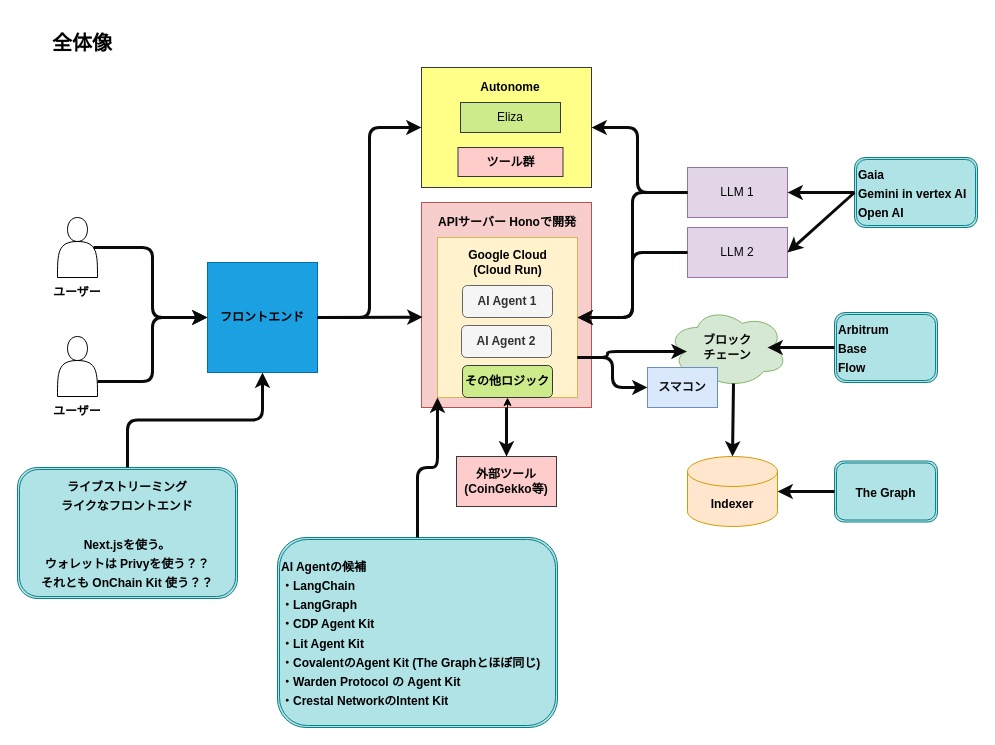
mashharuki/GoogleAIAgentHackathon2024 keeps this draw.io diagram as page "Page-1" (1 of 2) of docs/architecture.drawio. Above is the earlier version. Source tidied: cells renumbered, new cells numbered last; positions are measured from the earlier drawing's top-left corner, leaving out a move shared by most shapes. Both pictures are drawn from the tidied source at 100%, with x=0, y=0 at pixel (17, 17). Pictures stored in the file or linked from it are replaced by grey dashed boxes.
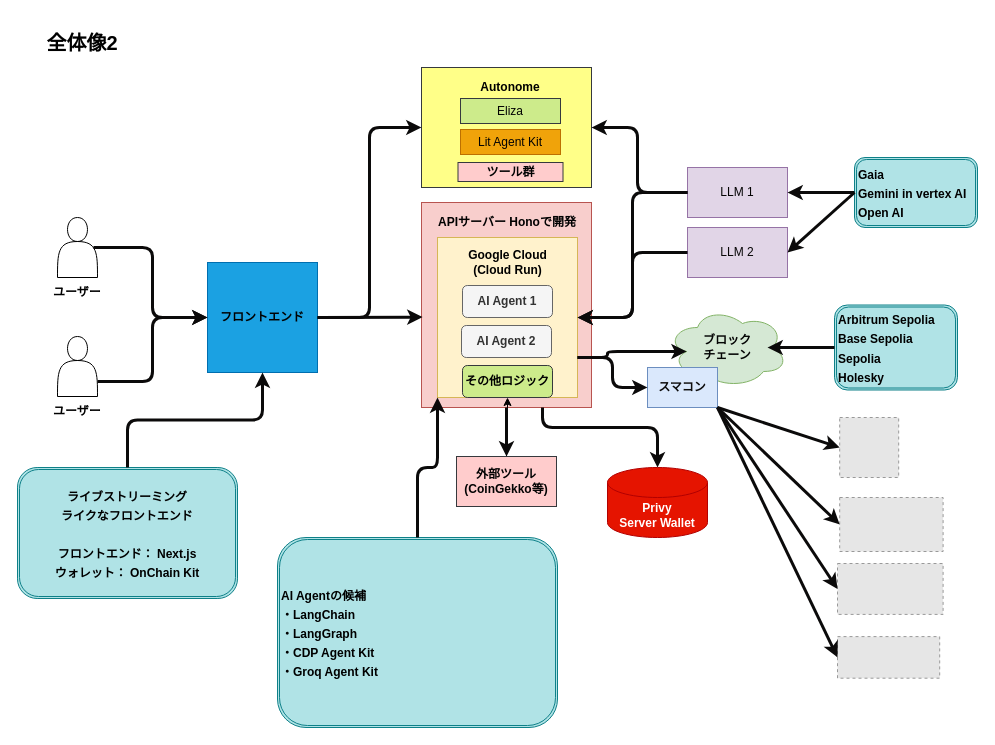
After the change.

Commit message (it also covers changes not shown here):
Update documentation for improved clarity and usability

The change refers to these unchanged cells:
```xml
<mxCell id="9" value="&lt;font color=&quot;#050505&quot;&gt;&lt;b&gt;ブロック&lt;br&gt;チェーン&lt;/b&gt;&lt;/font&gt;" style="ellipse;shape=cloud;whiteSpace=wrap;html=1;fillColor=#d5e8d4;strokeColor=#82b366;" parent="1" vertex="1">
  <mxGeometry x="650" y="290" width="120" height="80" as="geometry" />
</mxCell>
<mxCell id="11" value="&lt;font color=&quot;#0d0c0c&quot;&gt;&lt;b&gt;スマコン&lt;/b&gt;&lt;/font&gt;" style="rounded=0;whiteSpace=wrap;html=1;fillColor=#dae8fc;strokeColor=#6c8ebf;" parent="1" vertex="1">
  <mxGeometry x="630" y="350" width="70" height="40" as="geometry" />
</mxCell>
```

Change to the diagram source:
```diff
@@
-    <mxCell id="2" value="&lt;font color=&quot;#000000&quot;&gt;&lt;span style=&quot;font-size: 20px;&quot;&gt;&lt;b&gt;全体像&lt;/b&gt;&lt;/span&gt;&lt;/font&gt;" style="text;html=1;strokeColor=none;fillColor=none;align=center;verticalAlign=middle;whiteSpace=wrap;rounded=0;" parent="1" vertex="1">
+    <mxCell id="2" value="&lt;font color=&quot;#000000&quot;&gt;&lt;span style=&quot;font-size: 20px;&quot;&gt;&lt;b&gt;全体像2&lt;/b&gt;&lt;/span&gt;&lt;/font&gt;" style="text;html=1;strokeColor=none;fillColor=none;align=center;verticalAlign=middle;whiteSpace=wrap;rounded=0;" parent="1" vertex="1">
       <mxGeometry width="130" height="50" as="geometry" />
     </mxCell>
@@
-    <mxCell id="22" value="&lt;font style=&quot;font-size: 12px;&quot;&gt;ライブストリーミング&lt;br&gt;ライクなフロントエンド&lt;br&gt;&lt;br&gt;Next.jsを使う。&lt;br&gt;ウォレットは Privyを使う？？&lt;br&gt;それとも OnChain Kit 使う？？&lt;br&gt;&lt;/font&gt;" style="shape=ext;double=1;rounded=1;whiteSpace=wrap;html=1;fontSize=16;fillColor=#b0e3e6;strokeColor=#0e8088;fontColor=#000000;fontStyle=1;" parent="1" vertex="1">
+    <mxCell id="22" value="&lt;font style=&quot;font-size: 12px;&quot;&gt;ライブストリーミング&lt;br&gt;ライクなフロントエンド&lt;br&gt;&lt;br&gt;フロントエンド： Next.js&lt;br&gt;ウォレット： OnChain Kit&lt;br&gt;&lt;/font&gt;" style="shape=ext;double=1;rounded=1;whiteSpace=wrap;html=1;fontSize=16;fillColor=#b0e3e6;strokeColor=#0e8088;fontColor=#000000;fontStyle=1;" parent="1" vertex="1">
       <mxGeometry y="450" width="220" height="131" as="geometry" />
     </mxCell>
@@
-    <mxCell id="31" value="&lt;span style=&quot;font-size: 12px;&quot;&gt;AI Agentの候補&lt;br&gt;・LangChain&lt;br&gt;・LangGraph&lt;br&gt;・CDP Agent Kit&lt;br&gt;・Lit Agent Kit&lt;br&gt;・CovalentのAgent Kit (The Graphとほぼ同じ)&lt;br&gt;・Warden Protocol の Agent Kit&lt;br&gt;・Crestal NetworkのIntent Kit&lt;br&gt;&lt;/span&gt;" style="shape=ext;double=1;rounded=1;whiteSpace=wrap;html=1;fontSize=16;fillColor=#b0e3e6;strokeColor=#0e8088;fontColor=#000000;fontStyle=1;align=left;" parent="1" vertex="1">
+    <mxCell id="31" value="&lt;span style=&quot;font-size: 12px;&quot;&gt;AI Agentの候補&lt;br&gt;・LangChain&lt;br&gt;・LangGraph&lt;br&gt;・CDP Agent Kit&lt;br&gt;・Groq Agent Kit&lt;br&gt;&lt;/span&gt;" style="shape=ext;double=1;rounded=1;whiteSpace=wrap;html=1;fontSize=16;fillColor=#b0e3e6;strokeColor=#0e8088;fontColor=#000000;fontStyle=1;align=left;" parent="1" vertex="1">
       <mxGeometry x="260" y="520" width="280" height="190" as="geometry" />
     </mxCell>
@@
-    <mxCell id="36" value="&lt;span style=&quot;font-size: 12px;&quot;&gt;Arbitrum&lt;br&gt;Base&lt;br&gt;Flow&lt;br&gt;&lt;/span&gt;" style="shape=ext;double=1;rounded=1;whiteSpace=wrap;html=1;fontSize=16;fillColor=#b0e3e6;strokeColor=#0e8088;fontColor=#000000;fontStyle=1;align=left;" parent="1" vertex="1">
-      <mxGeometry x="817" y="295" width="103" height="70" as="geometry" />
+    <mxCell id="36" value="&lt;span style=&quot;font-size: 12px;&quot;&gt;Arbitrum Sepolia&lt;br&gt;Base Sepolia&lt;br&gt;Sepolia&lt;br&gt;Holesky&lt;br&gt;&lt;/span&gt;" style="shape=ext;double=1;rounded=1;whiteSpace=wrap;html=1;fontSize=16;fillColor=#b0e3e6;strokeColor=#0e8088;fontColor=#000000;fontStyle=1;align=left;" parent="1" vertex="1">
+      <mxGeometry x="817" y="287.5" width="123" height="85" as="geometry" />
     </mxCell>
@@
-    <mxCell id="38" value="&lt;font color=&quot;#000000&quot;&gt;&lt;b&gt;Indexer&lt;/b&gt;&lt;/font&gt;" style="shape=cylinder3;whiteSpace=wrap;html=1;boundedLbl=1;backgroundOutline=1;size=15;fillColor=#ffe6cc;strokeColor=#d79b00;" parent="1" vertex="1">
-      <mxGeometry x="670" y="439" width="90" height="70" as="geometry" />
-    </mxCell>
-    <mxCell id="39" style="endArrow=classic;html=1;fontColor=#000000;labelBorderColor=#000000;strokeColor=#0b0a0a;strokeWidth=3;entryX=0.5;entryY=0;entryDx=0;entryDy=0;exitX=0.55;exitY=0.95;exitDx=0;exitDy=0;exitPerimeter=0;entryPerimeter=0;" parent="1" edge="1" source="9" target="38">
-      <mxGeometry relative="1" as="geometry" />
-    </mxCell>
-    <mxCell id="40" value="&lt;span style=&quot;font-size: 12px;&quot;&gt;The Graph&lt;br&gt;&lt;/span&gt;" style="shape=ext;double=1;rounded=1;whiteSpace=wrap;html=1;fontSize=16;fillColor=#b0e3e6;strokeColor=#0e8088;fontColor=#000000;fontStyle=1;" parent="1" vertex="1">
-      <mxGeometry x="817" y="443.5" width="103" height="61" as="geometry" />
-    </mxCell>
-    <mxCell id="41" style="endArrow=classic;html=1;fontColor=#000000;labelBorderColor=#000000;strokeColor=#0b0a0a;strokeWidth=3;entryX=1;entryY=0.5;entryDx=0;entryDy=0;exitX=0;exitY=0.5;exitDx=0;exitDy=0;entryPerimeter=0;" parent="1" edge="1" source="40" target="38">
-      <mxGeometry relative="1" as="geometry" />
-    </mxCell>
@@
     <mxCell id="44" value="&lt;font color=&quot;#030303&quot;&gt;Eliza&lt;/font&gt;" style="rounded=0;whiteSpace=wrap;html=1;fillColor=#cdeb8b;strokeColor=#36393d;" parent="1" vertex="1">
-      <mxGeometry x="443" y="85" width="100" height="30" as="geometry" />
+      <mxGeometry x="443" y="81" width="100" height="25" as="geometry" />
     </mxCell>
     <mxCell id="45" value="&lt;font color=&quot;#030303&quot;&gt;&lt;b&gt;ツール群&lt;br&gt;&lt;/b&gt;&lt;/font&gt;" style="rounded=0;whiteSpace=wrap;html=1;fillColor=#ffcccc;strokeColor=#36393d;" parent="1" vertex="1">
-      <mxGeometry x="440.5" y="130" width="105" height="29" as="geometry" />
+      <mxGeometry x="440.5" y="145" width="105" height="19" as="geometry" />
     </mxCell>
@@
+    <mxCell id="48" value="&lt;font color=&quot;#030303&quot;&gt;Lit Agent Kit&lt;/font&gt;" style="rounded=0;whiteSpace=wrap;html=1;fillColor=#f0a30a;strokeColor=#BD7000;fontColor=#000000;" parent="1" vertex="1">
+      <mxGeometry x="443" y="112" width="100" height="25" as="geometry" />
+    </mxCell>
+    <mxCell id="49" value="&lt;span style=&quot;&quot;&gt;&lt;b&gt;Privy&lt;br&gt;Server Wallet&lt;br&gt;&lt;/b&gt;&lt;/span&gt;" style="shape=cylinder3;whiteSpace=wrap;html=1;boundedLbl=1;backgroundOutline=1;size=15;fillColor=#e51400;fontColor=#ffffff;strokeColor=#B20000;" parent="1" vertex="1">
+      <mxGeometry x="590" y="450" width="100" height="70" as="geometry" />
+    </mxCell>
+    <mxCell id="50" style="endArrow=classic;html=1;fontColor=#000000;labelBorderColor=#000000;strokeColor=#0b0a0a;strokeWidth=3;edgeStyle=orthogonalEdgeStyle;entryX=0.5;entryY=0;entryDx=0;entryDy=0;entryPerimeter=0;" parent="1" edge="1" target="49">
+      <mxGeometry relative="1" as="geometry">
+        <mxPoint x="525" y="390" as="sourcePoint" />
+        <Array as="points">
+          <mxPoint x="525" y="410" />
+          <mxPoint x="640" y="410" />
+        </Array>
+      </mxGeometry>
+    </mxCell>
+    <mxCell id="51" style="fillColor=#E6E6E6;strokeColor=#999999;dashed=1;verticalLabelPosition=bottom;labelBackgroundColor=default;verticalAlign=top;" parent="1" vertex="1">
+      <mxGeometry x="822.2" y="400" width="59" height="60" as="geometry" />
+    </mxCell>
+    <mxCell id="52" style="fillColor=#E6E6E6;strokeColor=#999999;dashed=1;verticalLabelPosition=bottom;labelBackgroundColor=default;verticalAlign=top;" parent="1" vertex="1">
+      <mxGeometry x="822.2" y="480" width="103.4" height="54" as="geometry" />
+    </mxCell>
+    <mxCell id="53" style="fillColor=#E6E6E6;strokeColor=#999999;dashed=1;verticalLabelPosition=bottom;labelBackgroundColor=default;verticalAlign=top;" parent="1" vertex="1">
+      <mxGeometry x="820" y="546" width="105.6" height="50.9" as="geometry" />
+    </mxCell>
+    <mxCell id="54" style="fillColor=#E6E6E6;strokeColor=#999999;dashed=1;verticalLabelPosition=bottom;labelBackgroundColor=default;verticalAlign=top;" parent="1" vertex="1">
+      <mxGeometry x="820" y="619.1" width="102.2" height="41.6" as="geometry" />
+    </mxCell>
+    <mxCell id="55" style="endArrow=classic;html=1;fontColor=#000000;labelBorderColor=#000000;strokeColor=#0b0a0a;strokeWidth=3;entryX=0;entryY=0.5;entryDx=0;entryDy=0;exitX=1;exitY=1;exitDx=0;exitDy=0;" parent="1" edge="1" source="11" target="51">
+      <mxGeometry relative="1" as="geometry" />
+    </mxCell>
+    <mxCell id="56" style="endArrow=classic;html=1;fontColor=#000000;labelBorderColor=#000000;strokeColor=#0b0a0a;strokeWidth=3;entryX=0;entryY=0.5;entryDx=0;entryDy=0;" parent="1" edge="1" target="52">
+      <mxGeometry relative="1" as="geometry">
+        <mxPoint x="700" y="390" as="sourcePoint" />
+      </mxGeometry>
+    </mxCell>
+    <mxCell id="57" style="endArrow=classic;html=1;fontColor=#000000;labelBorderColor=#000000;strokeColor=#0b0a0a;strokeWidth=3;entryX=0;entryY=0.5;entryDx=0;entryDy=0;exitX=1;exitY=1;exitDx=0;exitDy=0;" parent="1" edge="1" source="11" target="53">
+      <mxGeometry relative="1" as="geometry" />
+    </mxCell>
+    <mxCell id="58" style="endArrow=classic;html=1;fontColor=#000000;labelBorderColor=#000000;strokeColor=#0b0a0a;strokeWidth=3;entryX=0;entryY=0.5;entryDx=0;entryDy=0;exitX=1;exitY=1;exitDx=0;exitDy=0;" parent="1" edge="1" source="11" target="54">
+      <mxGeometry relative="1" as="geometry" />
+    </mxCell>
```
